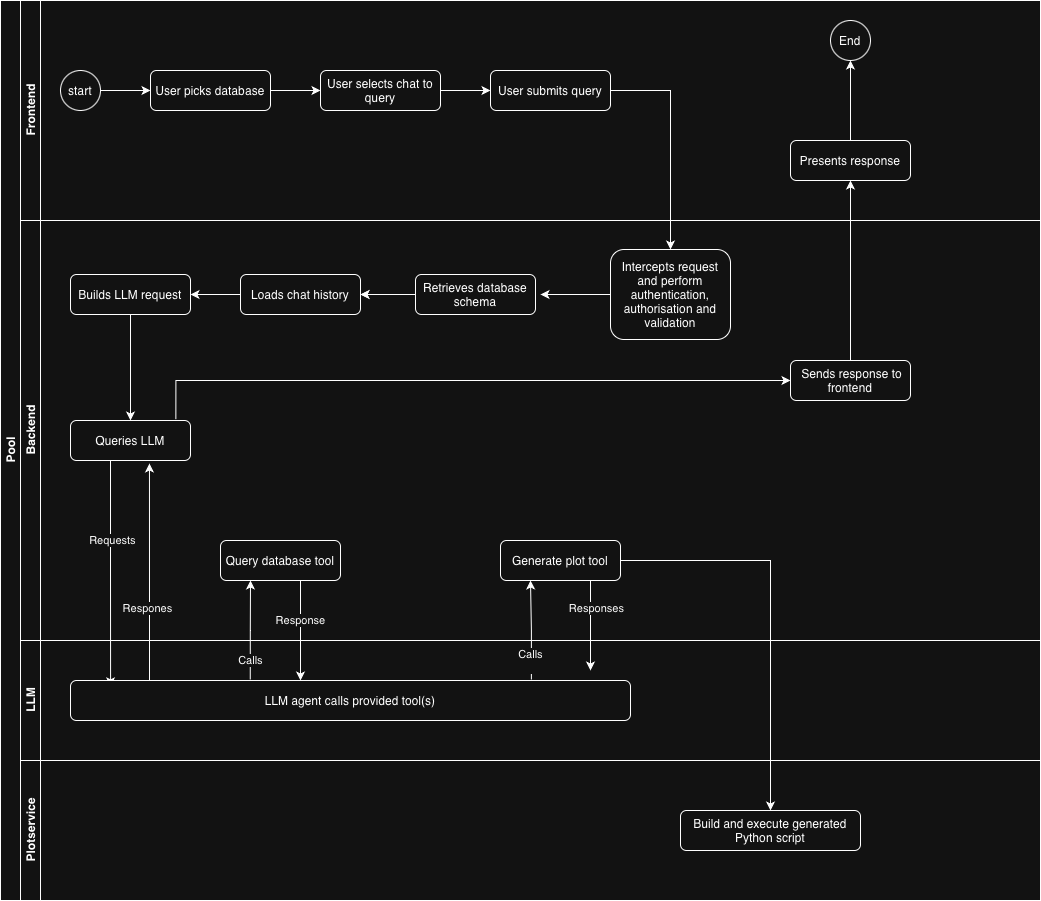
The draw.io diagram images/flow-diagram.png in janbabak/NoQL, before a commit. Source tidied: cells renumbered, new cells last; positions are measured from the earlier drawing's top-left corner, leaving out a move shared by most shapes. Source of this version:
```xml
<mxGraphModel>
  <root>
    <mxCell id="0" />
    <mxCell id="1" parent="0" />
    <mxCell id="2" value="Pool" style="swimlane;html=1;horizontal=0;startSize=20;" parent="1" vertex="1">
      <mxGeometry width="1040" height="900" as="geometry" />
    </mxCell>
    <mxCell id="3" value="Frontend" style="swimlane;html=1;startSize=20;horizontal=0;" parent="2" vertex="1">
      <mxGeometry x="20" width="1020" height="220" as="geometry" />
    </mxCell>
    <mxCell id="4" style="edgeStyle=orthogonalEdgeStyle;rounded=0;jettySize=auto;html=1;entryX=0;entryY=0.5;entryDx=0;entryDy=0;" parent="3" edge="1" source="5" target="9">
      <mxGeometry relative="1" as="geometry" />
    </mxCell>
    <mxCell id="5" value="start" style="ellipse;whiteSpace=wrap;html=1;" parent="3" vertex="1">
      <mxGeometry x="40" y="70" width="40" height="40" as="geometry" />
    </mxCell>
    <mxCell id="6" value="User submits query" style="rounded=1;whiteSpace=wrap;html=1;" parent="3" vertex="1">
      <mxGeometry x="470" y="70" width="120" height="40" as="geometry" />
    </mxCell>
    <mxCell id="7" style="edgeStyle=orthogonalEdgeStyle;rounded=0;jettySize=auto;html=1;" parent="3" edge="1" source="8" target="6">
      <mxGeometry relative="1" as="geometry" />
    </mxCell>
    <mxCell id="8" value="User selects chat to query" style="rounded=1;whiteSpace=wrap;html=1;" parent="3" vertex="1">
      <mxGeometry x="300" y="70" width="120" height="40" as="geometry" />
    </mxCell>
    <mxCell id="9" value="User picks database" style="rounded=1;whiteSpace=wrap;html=1;fontSize=12;glass=0;strokeWidth=1;shadow=0;" parent="3" vertex="1">
      <mxGeometry x="130" y="70" width="120" height="40" as="geometry" />
    </mxCell>
    <mxCell id="10" style="edgeStyle=orthogonalEdgeStyle;rounded=0;jettySize=auto;html=1;" parent="3" edge="1" source="9" target="8">
      <mxGeometry relative="1" as="geometry" />
    </mxCell>
    <mxCell id="11" value="End" style="ellipse;whiteSpace=wrap;html=1;" parent="3" vertex="1">
      <mxGeometry x="810" y="20" width="40" height="40" as="geometry" />
    </mxCell>
    <mxCell id="12" style="edgeStyle=orthogonalEdgeStyle;rounded=0;jettySize=auto;html=1;entryX=0.5;entryY=1;entryDx=0;entryDy=0;" parent="3" edge="1" source="13" target="11">
      <mxGeometry relative="1" as="geometry" />
    </mxCell>
    <mxCell id="13" value="Presents response" style="rounded=1;whiteSpace=wrap;html=1;" parent="3" vertex="1">
      <mxGeometry x="770" y="140" width="120" height="40" as="geometry" />
    </mxCell>
    <mxCell id="14" value="Backend" style="swimlane;html=1;startSize=20;horizontal=0;" parent="2" vertex="1">
      <mxGeometry x="20" y="220" width="1020" height="420" as="geometry" />
    </mxCell>
    <mxCell id="15" style="edgeStyle=orthogonalEdgeStyle;rounded=0;jettySize=auto;html=1;" parent="14" edge="1" source="16">
      <mxGeometry relative="1" as="geometry">
        <mxPoint x="520" y="74" as="targetPoint" />
      </mxGeometry>
    </mxCell>
    <mxCell id="16" value="&lt;div&gt;Intercepts request and perform authentication, authorisation and validation&lt;/div&gt;" style="rounded=1;whiteSpace=wrap;html=1;" parent="14" vertex="1">
      <mxGeometry x="590" y="29" width="120" height="90" as="geometry" />
    </mxCell>
    <mxCell id="17" style="edgeStyle=orthogonalEdgeStyle;rounded=0;jettySize=auto;html=1;" parent="14" edge="1" source="30" target="20">
      <mxGeometry relative="1" as="geometry" />
    </mxCell>
    <mxCell id="18" value="Retrieves database schema&lt;span style=&quot;caret-color: rgba(0, 0, 0, 0); color: rgba(0, 0, 0, 0); font-family: monospace; font-size: 0px; text-align: start; white-space: nowrap;&quot;&gt;%3CmxGraphModel%3E%3Croot%3E%3CmxCell%20id%3D%220%22%2F%3E%3CmxCell%20id%3D%221%22%20parent%3D%220%22%2F%3E%3CmxCell%20id%3D%222%22%20value%3D%22User%20type%20submit%20query%20from%20frontend%22%20style%3D%22rounded%3D1%3BwhiteSpace%3Dwrap%3Bhtml%3D1%3B%22%20vertex%3D%221%22%20parent%3D%221%22%3E%3CmxGeometry%20x%3D%22160%22%20y%3D%22240%22%20width%3D%22120%22%20height%3D%2240%22%20as%3D%22geometry%22%2F%3E%3C%2FmxCell%3E%3C%2Froot%3E%3C%2FmxGraphModel%3E&lt;/span&gt;" style="rounded=1;whiteSpace=wrap;html=1;" parent="14" vertex="1">
      <mxGeometry x="395" y="54" width="120" height="40" as="geometry" />
    </mxCell>
    <mxCell id="19" style="edgeStyle=orthogonalEdgeStyle;rounded=0;jettySize=auto;html=1;entryX=0.5;entryY=0;entryDx=0;entryDy=0;" parent="14" edge="1" source="20" target="22">
      <mxGeometry relative="1" as="geometry" />
    </mxCell>
    <mxCell id="20" value="Builds LLM request" style="rounded=1;whiteSpace=wrap;html=1;" parent="14" vertex="1">
      <mxGeometry x="50" y="54" width="120" height="40" as="geometry" />
    </mxCell>
    <mxCell id="21" style="edgeStyle=orthogonalEdgeStyle;rounded=0;jettySize=auto;html=1;entryX=0;entryY=0.5;entryDx=0;entryDy=0;exitX=0.878;exitY=-0.033;exitDx=0;exitDy=0;exitPerimeter=0;" parent="14" edge="1" source="22" target="27">
      <mxGeometry relative="1" as="geometry">
        <Array as="points">
          <mxPoint x="155" y="160" />
        </Array>
      </mxGeometry>
    </mxCell>
    <mxCell id="22" value="Queries LLM" style="rounded=1;whiteSpace=wrap;html=1;" parent="14" vertex="1">
      <mxGeometry x="50" y="200" width="120" height="40" as="geometry" />
    </mxCell>
    <mxCell id="23" style="edgeStyle=orthogonalEdgeStyle;rounded=0;jettySize=auto;html=1;" parent="14" edge="1" source="18" target="30">
      <mxGeometry relative="1" as="geometry" />
    </mxCell>
    <mxCell id="24" style="edgeStyle=orthogonalEdgeStyle;rounded=0;jettySize=auto;html=1;" parent="14" edge="1" source="26">
      <mxGeometry relative="1" as="geometry">
        <mxPoint x="570" y="450" as="targetPoint" />
        <Array as="points">
          <mxPoint x="570" y="450" />
        </Array>
      </mxGeometry>
    </mxCell>
    <mxCell id="25" value="Responses" style="edgeLabel;html=1;align=center;verticalAlign=middle;" parent="24" vertex="1">
      <mxGeometry x="-0.4" y="5" relative="1" as="geometry" />
    </mxCell>
    <mxCell id="26" value="Generate plot tool" style="rounded=1;whiteSpace=wrap;html=1;" parent="14" vertex="1">
      <mxGeometry x="480" y="320" width="120" height="40" as="geometry" />
    </mxCell>
    <mxCell id="27" value="&amp;nbsp;Sends response to frontend" style="rounded=1;whiteSpace=wrap;html=1;" parent="14" vertex="1">
      <mxGeometry x="770" y="140" width="120" height="40" as="geometry" />
    </mxCell>
    <mxCell id="28" value="Query database tool" style="rounded=1;whiteSpace=wrap;html=1;" parent="14" vertex="1">
      <mxGeometry x="200" y="320" width="120" height="40" as="geometry" />
    </mxCell>
    <mxCell id="29" style="edgeStyle=orthogonalEdgeStyle;rounded=0;jettySize=auto;html=1;" parent="14" edge="1" source="18" target="30">
      <mxGeometry relative="1" as="geometry" />
    </mxCell>
    <mxCell id="30" value="Loads chat history&lt;span style=&quot;caret-color: rgba(0, 0, 0, 0); color: rgba(0, 0, 0, 0); font-family: monospace; font-size: 0px; text-align: start; white-space: nowrap;&quot;&gt;%3CmxGraphModel%3E%3Croot%3E%3CmxCell%20id%3D%220%22%2F%3E%3CmxCell%20id%3D%221%22%20parent%3D%220%22%2F%3E%3CmxCell%20id%3D%222%22%20value%3D%22User%20type%20submit%20query%20from%20frontend%22%20style%3D%22rounded%3D1%3BwhiteSpace%3Dwrap%3Bhtml%3D1%3B%22%20vertex%3D%221%22%20parent%3D%221%22%3E%3CmxGeometry%20x%3D%22160%22%20y%3D%22240%22%20width%3D%22120%22%20height%3D%2240%22%20as%3D%22geometry%22%2F%3E%3C%2FmxCell%3E%3C%2Froot%3E%3C%2FmxGraphModel%3E&lt;/span&gt;" style="rounded=1;whiteSpace=wrap;html=1;" parent="14" vertex="1">
      <mxGeometry x="220" y="54" width="120" height="40" as="geometry" />
    </mxCell>
    <mxCell id="31" style="edgeStyle=orthogonalEdgeStyle;rounded=0;orthogonalLoop=1;jettySize=auto;html=1;entryX=0.302;entryY=0.071;entryDx=0;entryDy=0;entryPerimeter=0;exitX=0.704;exitY=0.925;exitDx=0;exitDy=0;exitPerimeter=0;" parent="14" edge="1">
      <mxGeometry relative="1" as="geometry">
        <mxPoint x="90" y="240" as="sourcePoint" />
        <mxPoint x="90.1" y="465.8" as="targetPoint" />
      </mxGeometry>
    </mxCell>
    <mxCell id="32" value="Requests" style="edgeLabel;html=1;align=center;verticalAlign=middle;" parent="31" vertex="1">
      <mxGeometry x="0.28" y="1" relative="1" as="geometry">
        <mxPoint y="-64" as="offset" />
      </mxGeometry>
    </mxCell>
    <mxCell id="33" value="LLM" style="swimlane;html=1;startSize=20;horizontal=0;" parent="2" vertex="1">
      <mxGeometry x="20" y="640" width="1020" height="120" as="geometry" />
    </mxCell>
    <mxCell id="34" value="LLM agent calls provided tool(s)" style="rounded=1;whiteSpace=wrap;html=1;" parent="33" vertex="1">
      <mxGeometry x="50" y="40" width="560" height="40" as="geometry" />
    </mxCell>
    <mxCell id="35" value="Response" style="edgeStyle=orthogonalEdgeStyle;rounded=0;orthogonalLoop=1;jettySize=auto;html=1;entryX=0.375;entryY=0;entryDx=0;entryDy=0;entryPerimeter=0;" parent="33" edge="1">
      <mxGeometry relative="1" as="geometry">
        <mxPoint x="300" y="-60" as="sourcePoint" />
        <mxPoint x="280" y="40" as="targetPoint" />
        <Array as="points">
          <mxPoint x="280" y="-60" />
        </Array>
      </mxGeometry>
    </mxCell>
    <mxCell id="36" style="edgeStyle=orthogonalEdgeStyle;rounded=0;jettySize=auto;html=1;" parent="2" edge="1" source="27" target="13">
      <mxGeometry relative="1" as="geometry" />
    </mxCell>
    <mxCell id="37" style="edgeStyle=orthogonalEdgeStyle;rounded=0;jettySize=auto;html=1;" parent="2" edge="1" source="26" target="43">
      <mxGeometry relative="1" as="geometry" />
    </mxCell>
    <mxCell id="38" value="Calls" style="edgeStyle=orthogonalEdgeStyle;rounded=0;jettySize=auto;html=1;entryX=0.25;entryY=1;entryDx=0;entryDy=0;exitX=0.321;exitY=-0.025;exitDx=0;exitDy=0;exitPerimeter=0;" parent="2" edge="1" source="34" target="28">
      <mxGeometry x="-0.62" relative="1" as="geometry" />
    </mxCell>
    <mxCell id="39" style="edgeStyle=orthogonalEdgeStyle;rounded=0;jettySize=auto;html=1;entryX=0.5;entryY=0;entryDx=0;entryDy=0;" parent="2" edge="1" source="6" target="16">
      <mxGeometry relative="1" as="geometry">
        <Array as="points">
          <mxPoint x="670" y="90" />
        </Array>
      </mxGeometry>
    </mxCell>
    <mxCell id="40" style="edgeStyle=orthogonalEdgeStyle;rounded=0;jettySize=auto;html=1;entryX=0.25;entryY=1;entryDx=0;entryDy=0;exitX=0.823;exitY=-0.025;exitDx=0;exitDy=0;exitPerimeter=0;" parent="2" edge="1" source="34" target="26">
      <mxGeometry relative="1" as="geometry" />
    </mxCell>
    <mxCell id="41" value="Calls&lt;div&gt;&lt;br&gt;&lt;/div&gt;" style="edgeLabel;html=1;align=center;verticalAlign=middle;" parent="40" vertex="1">
      <mxGeometry x="-0.17" y="3" relative="1" as="geometry">
        <mxPoint x="2" y="22" as="offset" />
      </mxGeometry>
    </mxCell>
    <mxCell id="42" value="Plotservice" style="swimlane;html=1;startSize=20;horizontal=0;" parent="2" vertex="1">
      <mxGeometry x="20" y="760" width="1020" height="140" as="geometry" />
    </mxCell>
    <mxCell id="43" value="Build and execute generated Python script" style="rounded=1;whiteSpace=wrap;html=1;" parent="42" vertex="1">
      <mxGeometry x="660" y="50" width="180" height="40" as="geometry" />
    </mxCell>
    <mxCell id="44" style="edgeStyle=orthogonalEdgeStyle;rounded=0;jettySize=auto;html=1;entryX=0.658;entryY=1.075;entryDx=0;entryDy=0;entryPerimeter=0;" parent="2" edge="1" source="34" target="22">
      <mxGeometry relative="1" as="geometry">
        <Array as="points">
          <mxPoint x="149" y="620" />
          <mxPoint x="149" y="620" />
        </Array>
      </mxGeometry>
    </mxCell>
    <mxCell id="45" value="Respones" style="edgeLabel;html=1;align=center;verticalAlign=middle;" parent="44" vertex="1">
      <mxGeometry x="-0.33" y="2" relative="1" as="geometry" />
    </mxCell>
  </root>
</mxGraphModel>
```
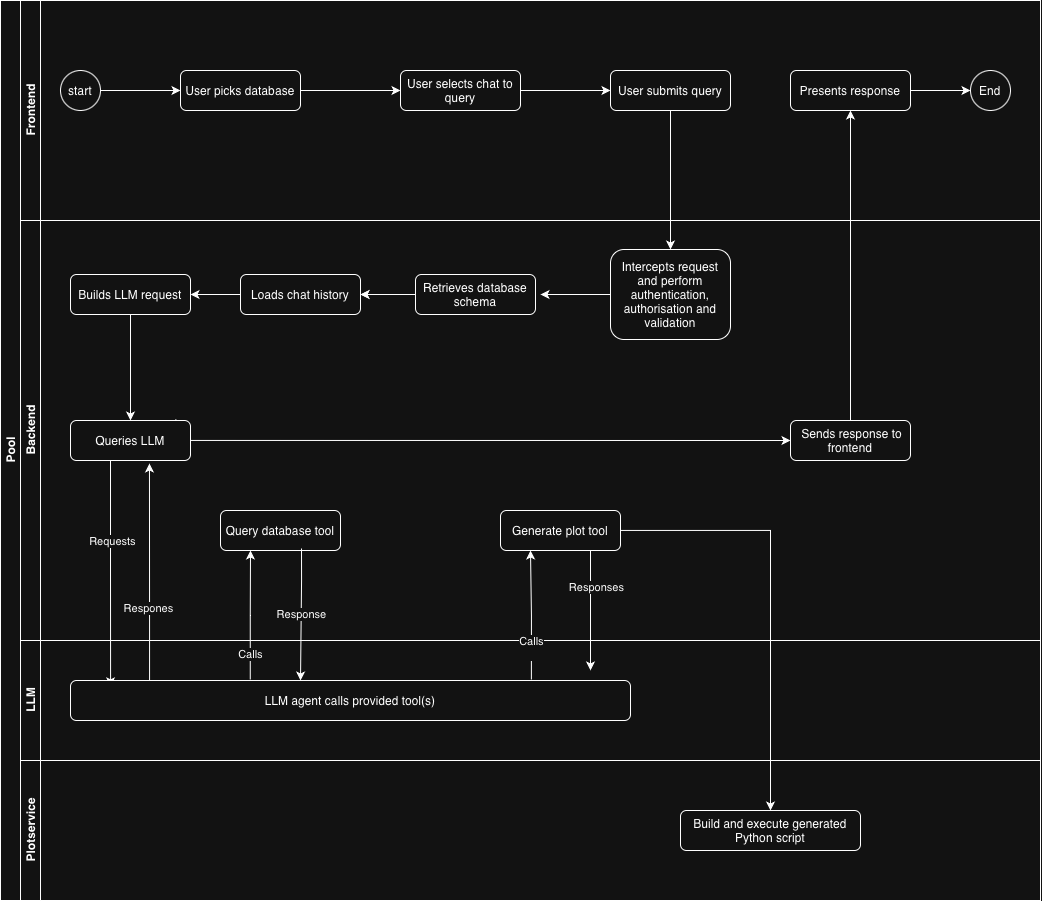
After the change.

Commit message:
improve flow diagram image

The edit, as a diff of the source:
```diff
@@ -14,30 +14,39 @@
     <mxCell id="5" value="start" style="ellipse;whiteSpace=wrap;html=1;" parent="3" vertex="1">
       <mxGeometry x="40" y="70" width="40" height="40" as="geometry" />
     </mxCell>
-    <mxCell id="6" value="User submits query" style="rounded=1;whiteSpace=wrap;html=1;" parent="3" vertex="1">
-      <mxGeometry x="470" y="70" width="120" height="40" as="geometry" />
-    </mxCell>
     <mxCell id="7" style="edgeStyle=orthogonalEdgeStyle;rounded=0;jettySize=auto;html=1;" parent="3" edge="1" source="8" target="6">
       <mxGeometry relative="1" as="geometry" />
     </mxCell>
     <mxCell id="8" value="User selects chat to query" style="rounded=1;whiteSpace=wrap;html=1;" parent="3" vertex="1">
-      <mxGeometry x="300" y="70" width="120" height="40" as="geometry" />
+      <mxGeometry x="380" y="70" width="120" height="40" as="geometry" />
     </mxCell>
     <mxCell id="9" value="User picks database" style="rounded=1;whiteSpace=wrap;html=1;fontSize=12;glass=0;strokeWidth=1;shadow=0;" parent="3" vertex="1">
-      <mxGeometry x="130" y="70" width="120" height="40" as="geometry" />
+      <mxGeometry x="160" y="70" width="120" height="40" as="geometry" />
     </mxCell>
     <mxCell id="10" style="edgeStyle=orthogonalEdgeStyle;rounded=0;jettySize=auto;html=1;" parent="3" edge="1" source="9" target="8">
       <mxGeometry relative="1" as="geometry" />
     </mxCell>
     <mxCell id="11" value="End" style="ellipse;whiteSpace=wrap;html=1;" parent="3" vertex="1">
-      <mxGeometry x="810" y="20" width="40" height="40" as="geometry" />
+      <mxGeometry x="950" y="70" width="40" height="40" as="geometry" />
     </mxCell>
-    <mxCell id="12" style="edgeStyle=orthogonalEdgeStyle;rounded=0;jettySize=auto;html=1;entryX=0.5;entryY=1;entryDx=0;entryDy=0;" parent="3" edge="1" source="13" target="11">
+    <mxCell id="12" style="edgeStyle=orthogonalEdgeStyle;rounded=0;jettySize=auto;html=1;" parent="3" edge="1" source="13" target="11">
       <mxGeometry relative="1" as="geometry" />
     </mxCell>
     <mxCell id="13" value="Presents response" style="rounded=1;whiteSpace=wrap;html=1;" parent="3" vertex="1">
-      <mxGeometry x="770" y="140" width="120" height="40" as="geometry" />
+      <mxGeometry x="770" y="70" width="120" height="40" as="geometry" />
     </mxCell>
+    <mxCell id="39" style="edgeStyle=orthogonalEdgeStyle;rounded=0;jettySize=auto;html=1;entryX=0.5;entryY=0;entryDx=0;entryDy=0;" parent="3" edge="1" source="6">
+      <mxGeometry relative="1" as="geometry">
+        <mxPoint x="650" y="249" as="targetPoint" />
+        <Array as="points">
+          <mxPoint x="650" y="140" />
+          <mxPoint x="650" y="140" />
+        </Array>
+      </mxGeometry>
+    </mxCell>
+    <mxCell id="6" value="User submits query" style="rounded=1;whiteSpace=wrap;html=1;" parent="3" vertex="1">
+      <mxGeometry x="590" y="70" width="120" height="40" as="geometry" />
+    </mxCell>
     <mxCell id="14" value="Backend" style="swimlane;html=1;startSize=20;horizontal=0;" parent="2" vertex="1">
       <mxGeometry x="20" y="220" width="1020" height="420" as="geometry" />
     </mxCell>
@@ -64,7 +73,7 @@
     <mxCell id="21" style="edgeStyle=orthogonalEdgeStyle;rounded=0;jettySize=auto;html=1;entryX=0;entryY=0.5;entryDx=0;entryDy=0;exitX=0.878;exitY=-0.033;exitDx=0;exitDy=0;exitPerimeter=0;" parent="14" edge="1" source="22" target="27">
       <mxGeometry relative="1" as="geometry">
         <Array as="points">
-          <mxPoint x="155" y="160" />
+          <mxPoint x="155" y="220" />
         </Array>
       </mxGeometry>
     </mxCell>
@@ -86,13 +95,13 @@
       <mxGeometry x="-0.4" y="5" relative="1" as="geometry" />
     </mxCell>
     <mxCell id="26" value="Generate plot tool" style="rounded=1;whiteSpace=wrap;html=1;" parent="14" vertex="1">
-      <mxGeometry x="480" y="320" width="120" height="40" as="geometry" />
+      <mxGeometry x="480" y="290" width="120" height="40" as="geometry" />
     </mxCell>
     <mxCell id="27" value="&amp;nbsp;Sends response to frontend" style="rounded=1;whiteSpace=wrap;html=1;" parent="14" vertex="1">
-      <mxGeometry x="770" y="140" width="120" height="40" as="geometry" />
+      <mxGeometry x="770" y="200" width="120" height="40" as="geometry" />
     </mxCell>
     <mxCell id="28" value="Query database tool" style="rounded=1;whiteSpace=wrap;html=1;" parent="14" vertex="1">
-      <mxGeometry x="200" y="320" width="120" height="40" as="geometry" />
+      <mxGeometry x="200" y="290" width="120" height="40" as="geometry" />
     </mxCell>
     <mxCell id="29" style="edgeStyle=orthogonalEdgeStyle;rounded=0;jettySize=auto;html=1;" parent="14" edge="1" source="18" target="30">
       <mxGeometry relative="1" as="geometry" />
@@ -117,11 +126,11 @@
     <mxCell id="34" value="LLM agent calls provided tool(s)" style="rounded=1;whiteSpace=wrap;html=1;" parent="33" vertex="1">
       <mxGeometry x="50" y="40" width="560" height="40" as="geometry" />
     </mxCell>
-    <mxCell id="35" value="Response" style="edgeStyle=orthogonalEdgeStyle;rounded=0;orthogonalLoop=1;jettySize=auto;html=1;entryX=0.375;entryY=0;entryDx=0;entryDy=0;entryPerimeter=0;" parent="33" edge="1">
+    <mxCell id="35" value="Response" style="edgeStyle=orthogonalEdgeStyle;rounded=0;jettySize=auto;html=1;entryX=0.375;entryY=0;entryDx=0;entryDy=0;entryPerimeter=0;exitX=0.675;exitY=0.95;exitDx=0;exitDy=0;exitPerimeter=0;" parent="33" edge="1" source="28">
       <mxGeometry relative="1" as="geometry">
-        <mxPoint x="300" y="-60" as="sourcePoint" />
         <mxPoint x="280" y="40" as="targetPoint" />
         <Array as="points">
+          <mxPoint x="281" y="-60" />
           <mxPoint x="280" y="-60" />
         </Array>
       </mxGeometry>
@@ -135,13 +144,6 @@
     <mxCell id="38" value="Calls" style="edgeStyle=orthogonalEdgeStyle;rounded=0;jettySize=auto;html=1;entryX=0.25;entryY=1;entryDx=0;entryDy=0;exitX=0.321;exitY=-0.025;exitDx=0;exitDy=0;exitPerimeter=0;" parent="2" edge="1" source="34" target="28">
       <mxGeometry x="-0.62" relative="1" as="geometry" />
     </mxCell>
-    <mxCell id="39" style="edgeStyle=orthogonalEdgeStyle;rounded=0;jettySize=auto;html=1;entryX=0.5;entryY=0;entryDx=0;entryDy=0;" parent="2" edge="1" source="6" target="16">
-      <mxGeometry relative="1" as="geometry">
-        <Array as="points">
-          <mxPoint x="670" y="90" />
-        </Array>
-      </mxGeometry>
-    </mxCell>
     <mxCell id="40" style="edgeStyle=orthogonalEdgeStyle;rounded=0;jettySize=auto;html=1;entryX=0.25;entryY=1;entryDx=0;entryDy=0;exitX=0.823;exitY=-0.025;exitDx=0;exitDy=0;exitPerimeter=0;" parent="2" edge="1" source="34" target="26">
       <mxGeometry relative="1" as="geometry" />
     </mxCell>
```
